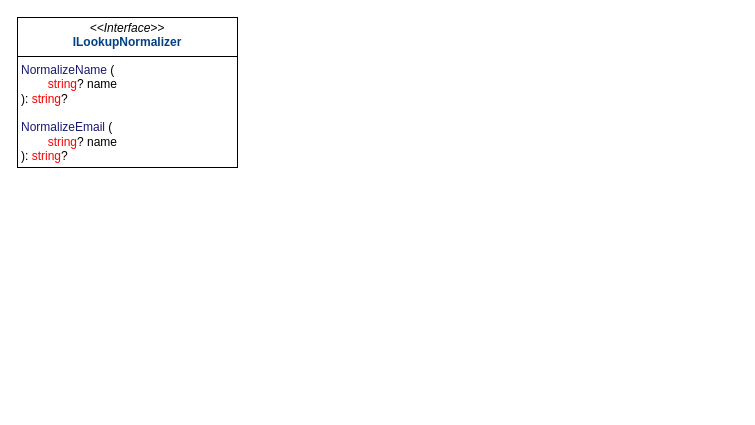
KondyubaBA/AspNetCore-doc keeps this draw.io diagram as 99. Пространства/Identity/Identity.drawio. Above is the earlier version. Source tidied: cells renumbered, new cells numbered last; positions are measured from the earlier drawing's top-left corner, leaving out a move shared by most shapes. Both pictures are drawn from the tidied source at 100%, with x=0, y=0 at pixel (17, 17).
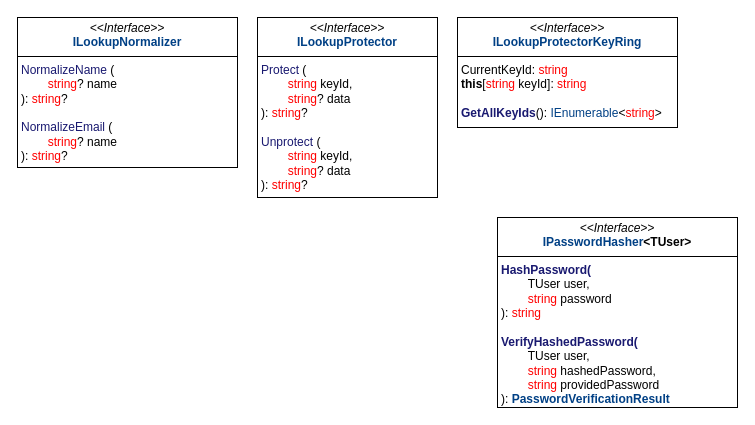
The same page after the edit.

Diff of the diagram source:
```diff
@@
 <mxGraphModel>
   <root>
     <mxCell id="0" />
     <mxCell id="1" parent="0" />
     <mxCell id="2" value="&lt;p style=&quot;margin:0px;margin-top:4px;text-align:center;&quot;&gt;&lt;i&gt;&amp;lt;&amp;lt;Interface&amp;gt;&amp;gt;&lt;/i&gt;&lt;br&gt;&lt;span style=&quot;color: rgb(0, 64, 133); background-color: transparent; text-align: left;&quot;&gt;&lt;b&gt;ILookupNormalizer&lt;/b&gt;&lt;/span&gt;&lt;/p&gt;&lt;hr size=&quot;1&quot; style=&quot;border-style:solid;&quot;&gt;&lt;p style=&quot;margin:0px;margin-left:4px;&quot;&gt;&lt;span style=&quot;color: rgb(25, 25, 112);&quot;&gt;NormalizeName&amp;nbsp;&lt;/span&gt;(&lt;/p&gt;&lt;p style=&quot;margin:0px;margin-left:4px;&quot;&gt;&lt;span style=&quot;color: rgb(255, 0, 0);&quot;&gt;&lt;span style=&quot;white-space: pre;&quot;&gt;&#9;&lt;/span&gt;string&lt;/span&gt;? name&lt;/p&gt;&lt;p style=&quot;margin:0px;margin-left:4px;&quot;&gt;&lt;span style=&quot;background-color: transparent; color: light-dark(rgb(0, 0, 0), rgb(255, 255, 255));&quot;&gt;):&amp;nbsp;&lt;/span&gt;&lt;span style=&quot;background-color: transparent; color: rgb(255, 0, 0);&quot;&gt;string&lt;/span&gt;&lt;span style=&quot;background-color: transparent; color: light-dark(rgb(0, 0, 0), rgb(255, 255, 255));&quot;&gt;?&lt;/span&gt;&lt;/p&gt;&lt;p style=&quot;margin:0px;margin-left:4px;&quot;&gt;&lt;br&gt;&lt;/p&gt;&lt;p style=&quot;margin: 0px 0px 0px 4px;&quot;&gt;&lt;span style=&quot;color: rgb(25, 25, 112);&quot;&gt;NormalizeEmail&amp;nbsp;&lt;/span&gt;(&lt;/p&gt;&lt;p style=&quot;margin: 0px 0px 0px 4px;&quot;&gt;&lt;span style=&quot;color: rgb(255, 0, 0);&quot;&gt;&lt;span style=&quot;white-space: pre;&quot;&gt;&#9;&lt;/span&gt;string&lt;/span&gt;? name&lt;/p&gt;&lt;p style=&quot;margin: 0px 0px 0px 4px;&quot;&gt;&lt;span style=&quot;background-color: transparent; color: light-dark(rgb(0, 0, 0), rgb(255, 255, 255));&quot;&gt;):&amp;nbsp;&lt;/span&gt;&lt;span style=&quot;background-color: transparent; color: rgb(255, 0, 0);&quot;&gt;string&lt;/span&gt;&lt;span style=&quot;background-color: transparent; color: light-dark(rgb(0, 0, 0), rgb(255, 255, 255));&quot;&gt;?&lt;/span&gt;&lt;/p&gt;" style="verticalAlign=top;align=left;overflow=fill;html=1;whiteSpace=wrap;" parent="1" vertex="1">
       <mxGeometry width="220" height="150" as="geometry" />
     </mxCell>
+    <mxCell id="3" value="&lt;p style=&quot;margin:0px;margin-top:4px;text-align:center;&quot;&gt;&lt;i&gt;&amp;lt;&amp;lt;Interface&amp;gt;&amp;gt;&lt;/i&gt;&lt;br&gt;&lt;span style=&quot;color: rgb(0, 64, 133); background-color: transparent; text-align: left;&quot;&gt;&lt;b&gt;ILookupProtector&lt;/b&gt;&lt;/span&gt;&lt;/p&gt;&lt;hr size=&quot;1&quot; style=&quot;border-style:solid;&quot;&gt;&lt;p style=&quot;margin:0px;margin-left:4px;&quot;&gt;&lt;span style=&quot;color: rgb(25, 25, 112);&quot;&gt;&lt;span style=&quot;background-color: transparent;&quot;&gt;Protect&lt;/span&gt;&amp;nbsp;&lt;/span&gt;(&lt;/p&gt;&lt;p style=&quot;margin:0px;margin-left:4px;&quot;&gt;&lt;span style=&quot;color: rgb(255, 0, 0);&quot;&gt;&lt;span style=&quot;white-space: pre;&quot;&gt;&#9;&lt;/span&gt;&lt;/span&gt;&lt;span style=&quot;background-color: transparent; color: rgb(255, 0, 0);&quot;&gt;string&lt;/span&gt;&lt;span style=&quot;background-color: transparent; color: light-dark(rgb(0, 0, 0), rgb(255, 255, 255));&quot;&gt; keyId,&lt;/span&gt;&lt;span style=&quot;background-color: transparent; color: light-dark(rgb(0, 0, 0), rgb(255, 255, 255)); white-space: pre;&quot;&gt;&#9;&lt;/span&gt;&lt;/p&gt;&lt;p style=&quot;margin:0px;margin-left:4px;&quot;&gt;&lt;span style=&quot;background-color: transparent; color: rgb(255, 0, 0);&quot;&gt;&lt;span style=&quot;white-space: pre;&quot;&gt;&#9;&lt;/span&gt;string&lt;/span&gt;&lt;span style=&quot;background-color: transparent; color: light-dark(rgb(0, 0, 0), rgb(255, 255, 255));&quot;&gt;? data&lt;/span&gt;&lt;/p&gt;&lt;p style=&quot;margin:0px;margin-left:4px;&quot;&gt;&lt;span style=&quot;background-color: transparent; color: light-dark(rgb(0, 0, 0), rgb(255, 255, 255));&quot;&gt;):&amp;nbsp;&lt;/span&gt;&lt;span style=&quot;background-color: transparent; color: rgb(255, 0, 0);&quot;&gt;string&lt;/span&gt;&lt;span style=&quot;background-color: transparent; color: light-dark(rgb(0, 0, 0), rgb(255, 255, 255));&quot;&gt;?&lt;/span&gt;&lt;/p&gt;&lt;p style=&quot;margin:0px;margin-left:4px;&quot;&gt;&lt;br&gt;&lt;/p&gt;&lt;p style=&quot;margin: 0px 0px 0px 4px;&quot;&gt;&lt;span style=&quot;color: rgb(25, 25, 112);&quot;&gt;&lt;span style=&quot;background-color: transparent;&quot;&gt;Unprotect&lt;/span&gt;&amp;nbsp;&lt;/span&gt;(&lt;/p&gt;&lt;p style=&quot;margin: 0px 0px 0px 4px;&quot;&gt;&lt;span style=&quot;color: rgb(255, 0, 0);&quot;&gt;&lt;span style=&quot;white-space: pre;&quot;&gt;&#9;&lt;/span&gt;&lt;/span&gt;&lt;span style=&quot;background-color: transparent; color: rgb(255, 0, 0);&quot;&gt;string&lt;/span&gt;&lt;span style=&quot;background-color: transparent; color: light-dark(rgb(0, 0, 0), rgb(255, 255, 255));&quot;&gt;&amp;nbsp;keyId,&lt;/span&gt;&lt;span style=&quot;background-color: transparent; color: light-dark(rgb(0, 0, 0), rgb(255, 255, 255)); white-space: pre;&quot;&gt;&#9;&lt;/span&gt;&lt;/p&gt;&lt;p style=&quot;margin: 0px 0px 0px 4px;&quot;&gt;&lt;span style=&quot;background-color: transparent; color: rgb(255, 0, 0);&quot;&gt;&lt;span style=&quot;white-space: pre;&quot;&gt;&#9;&lt;/span&gt;string&lt;/span&gt;&lt;span style=&quot;background-color: transparent; color: light-dark(rgb(0, 0, 0), rgb(255, 255, 255));&quot;&gt;? data&lt;/span&gt;&lt;/p&gt;&lt;p style=&quot;margin: 0px 0px 0px 4px;&quot;&gt;&lt;span style=&quot;background-color: transparent; color: light-dark(rgb(0, 0, 0), rgb(255, 255, 255));&quot;&gt;):&amp;nbsp;&lt;/span&gt;&lt;span style=&quot;background-color: transparent; color: rgb(255, 0, 0);&quot;&gt;string&lt;/span&gt;&lt;span style=&quot;background-color: transparent; color: light-dark(rgb(0, 0, 0), rgb(255, 255, 255));&quot;&gt;?&lt;/span&gt;&lt;/p&gt;" style="verticalAlign=top;align=left;overflow=fill;html=1;whiteSpace=wrap;" parent="1" vertex="1">
+      <mxGeometry x="240" width="180" height="180" as="geometry" />
+    </mxCell>
+    <mxCell id="4" value="&lt;p style=&quot;margin:0px;margin-top:4px;text-align:center;&quot;&gt;&lt;i&gt;&amp;lt;&amp;lt;Interface&amp;gt;&amp;gt;&lt;/i&gt;&lt;br&gt;&lt;span style=&quot;color: rgb(0, 64, 133);&quot;&gt;&lt;b&gt;ILookupProtectorKeyRing&lt;/b&gt;&lt;/span&gt;&lt;/p&gt;&lt;hr size=&quot;1&quot; style=&quot;border-style:solid;&quot;&gt;&lt;p style=&quot;margin:0px;margin-left:4px;&quot;&gt;CurrentKeyId:&amp;nbsp;&lt;span style=&quot;color: rgb(255, 0, 0); background-color: transparent;&quot;&gt;string&lt;/span&gt;&lt;/p&gt;&lt;p style=&quot;margin:0px;margin-left:4px;&quot;&gt;&lt;span style=&quot;font-weight: bold;&quot;&gt;this&lt;/span&gt;[&lt;span style=&quot;color: rgb(255, 0, 0);&quot;&gt;string&lt;/span&gt; keyId]:&amp;nbsp;&lt;span style=&quot;color: rgb(255, 0, 0); background-color: transparent;&quot;&gt;string&lt;/span&gt;&lt;/p&gt;&lt;p style=&quot;margin:0px;margin-left:4px;&quot;&gt;&lt;br&gt;&lt;/p&gt;&lt;p style=&quot;margin:0px;margin-left:4px;&quot;&gt;&lt;span style=&quot;color: rgb(25, 25, 112); font-weight: bold;&quot;&gt;GetAllKeyIds&lt;/span&gt;():&amp;nbsp;&lt;span style=&quot;background-color: transparent; color: rgb(0, 64, 133);&quot;&gt;IEnumerable&lt;/span&gt;&lt;span style=&quot;background-color: transparent; color: light-dark(rgb(0, 0, 0), rgb(255, 255, 255));&quot;&gt;&amp;lt;&lt;/span&gt;&lt;span style=&quot;background-color: transparent; color: rgb(255, 0, 0);&quot;&gt;string&lt;/span&gt;&lt;span style=&quot;background-color: transparent; color: light-dark(rgb(0, 0, 0), rgb(255, 255, 255));&quot;&gt;&amp;gt;&lt;/span&gt;&lt;/p&gt;" style="verticalAlign=top;align=left;overflow=fill;html=1;whiteSpace=wrap;" parent="1" vertex="1">
+      <mxGeometry x="440" width="220" height="110" as="geometry" />
+    </mxCell>
+    <mxCell id="5" value="&lt;p style=&quot;margin:0px;margin-top:4px;text-align:center;&quot;&gt;&lt;i&gt;&amp;lt;&amp;lt;Interface&amp;gt;&amp;gt;&lt;/i&gt;&lt;br&gt;&lt;b&gt;&lt;span style=&quot;background-color: transparent; text-align: left; color: rgb(0, 64, 133);&quot;&gt;IPasswordHasher&lt;/span&gt;&lt;span style=&quot;background-color: transparent; color: light-dark(rgb(0, 0, 0), rgb(255, 255, 255)); text-align: left;&quot;&gt;&amp;lt;TUser&amp;gt;&lt;/span&gt;&lt;/b&gt;&lt;/p&gt;&lt;hr size=&quot;1&quot; style=&quot;border-style:solid;&quot;&gt;&lt;p style=&quot;margin:0px;margin-left:4px;&quot;&gt;&lt;span style=&quot;color: rgb(25, 25, 112); font-weight: bold;&quot;&gt;HashPassword(&lt;/span&gt;&lt;/p&gt;&lt;p style=&quot;margin:0px;margin-left:4px;&quot;&gt;&lt;span style=&quot;color: rgb(25, 25, 112); font-weight: bold;&quot;&gt;&lt;span style=&quot;white-space: pre;&quot;&gt;&#9;&lt;/span&gt;&lt;/span&gt;&lt;span style=&quot;background-color: transparent; color: light-dark(rgb(0, 0, 0), rgb(255, 255, 255));&quot;&gt;TUser user,&lt;/span&gt;&lt;/p&gt;&lt;p style=&quot;margin:0px;margin-left:4px;&quot;&gt;&lt;span style=&quot;background-color: transparent; color: light-dark(rgb(0, 0, 0), rgb(255, 255, 255));&quot;&gt;&lt;span style=&quot;white-space: pre;&quot;&gt;&#9;&lt;/span&gt;&lt;/span&gt;&lt;span style=&quot;background-color: transparent; color: rgb(255, 0, 0);&quot;&gt;string&lt;/span&gt;&lt;span style=&quot;background-color: transparent; color: light-dark(rgb(0, 0, 0), rgb(255, 255, 255));&quot;&gt; password&lt;/span&gt;&lt;/p&gt;&lt;p style=&quot;margin:0px;margin-left:4px;&quot;&gt;&lt;span style=&quot;background-color: transparent; color: light-dark(rgb(0, 0, 0), rgb(255, 255, 255));&quot;&gt;):&amp;nbsp;&lt;/span&gt;&lt;span style=&quot;color: rgb(255, 0, 0); background-color: transparent;&quot;&gt;string&lt;/span&gt;&lt;/p&gt;&lt;p style=&quot;margin:0px;margin-left:4px;&quot;&gt;&lt;span style=&quot;color: rgb(255, 0, 0); background-color: transparent;&quot;&gt;&lt;br&gt;&lt;/span&gt;&lt;/p&gt;&lt;p style=&quot;margin:0px;margin-left:4px;&quot;&gt;&lt;span style=&quot;color: rgb(25, 25, 112); font-weight: bold;&quot;&gt;VerifyHashedPassword(&lt;/span&gt;&lt;span style=&quot;color: rgb(255, 0, 0); background-color: transparent;&quot;&gt;&lt;/span&gt;&lt;/p&gt;&lt;p style=&quot;margin:0px;margin-left:4px;&quot;&gt;&lt;span style=&quot;color: rgb(25, 25, 112); font-weight: bold;&quot;&gt;&lt;span style=&quot;white-space: pre;&quot;&gt;&#9;&lt;/span&gt;&lt;/span&gt;&lt;span style=&quot;background-color: transparent; color: light-dark(rgb(0, 0, 0), rgb(255, 255, 255));&quot;&gt;TUser user,&lt;/span&gt;&lt;/p&gt;&lt;p style=&quot;margin:0px;margin-left:4px;&quot;&gt;&lt;span style=&quot;background-color: transparent; color: light-dark(rgb(0, 0, 0), rgb(255, 255, 255));&quot;&gt;&lt;span style=&quot;white-space: pre;&quot;&gt;&#9;&lt;/span&gt;&lt;/span&gt;&lt;span style=&quot;background-color: transparent; color: rgb(255, 0, 0);&quot;&gt;string&lt;/span&gt;&lt;span style=&quot;background-color: transparent; color: light-dark(rgb(0, 0, 0), rgb(255, 255, 255));&quot;&gt; hashedPassword,&lt;/span&gt;&lt;/p&gt;&lt;p style=&quot;margin:0px;margin-left:4px;&quot;&gt;&lt;span style=&quot;color: rgb(255, 0, 0);&quot;&gt;&lt;span style=&quot;white-space: pre;&quot;&gt;&#9;&lt;/span&gt;string&lt;/span&gt; providedPassword&lt;span style=&quot;background-color: transparent; color: light-dark(rgb(0, 0, 0), rgb(255, 255, 255));&quot;&gt;&lt;/span&gt;&lt;/p&gt;&lt;p style=&quot;margin:0px;margin-left:4px;&quot;&gt;):&amp;nbsp;&lt;span style=&quot;color: rgb(0, 64, 133); font-weight: bold; background-color: transparent;&quot;&gt;PasswordVerificationResult&lt;/span&gt;&lt;/p&gt;" style="verticalAlign=top;align=left;overflow=fill;html=1;whiteSpace=wrap;" parent="1" vertex="1">
+      <mxGeometry x="480" y="200" width="240" height="190" as="geometry" />
+    </mxCell>
   </root>
 </mxGraphModel>
```
